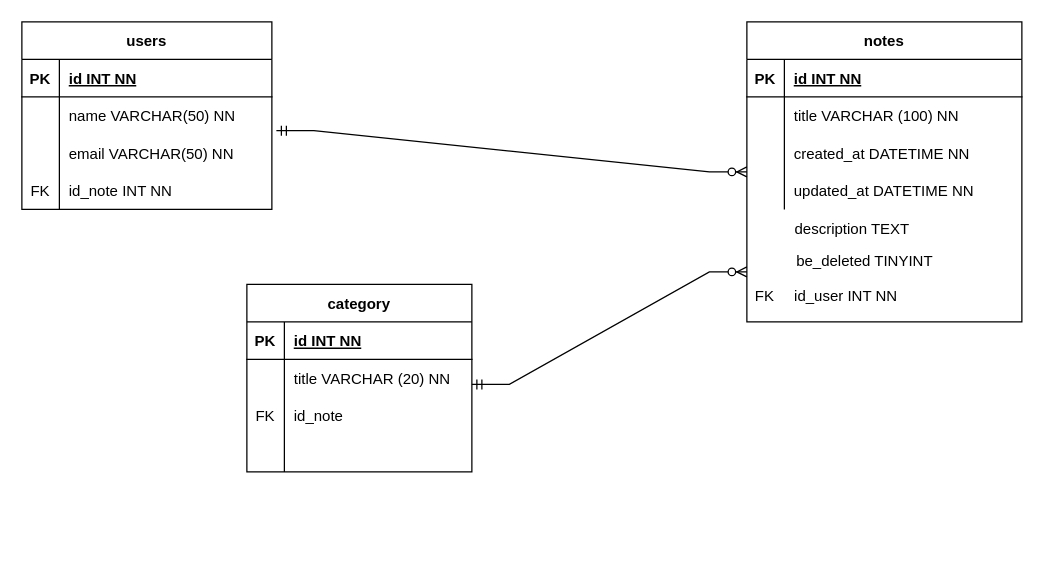
This is Diagrama/Untitled Diagram.drawio from ds13ojeda/EjercicioBD, a draw.io file, before an edit. Source tidied: cells renumbered, new cells numbered last; positions are measured from the earlier drawing's top-left corner, leaving out a move shared by most shapes. Both pictures are drawn from the tidied source at 125%, with x=0, y=0 at pixel (21, 21).
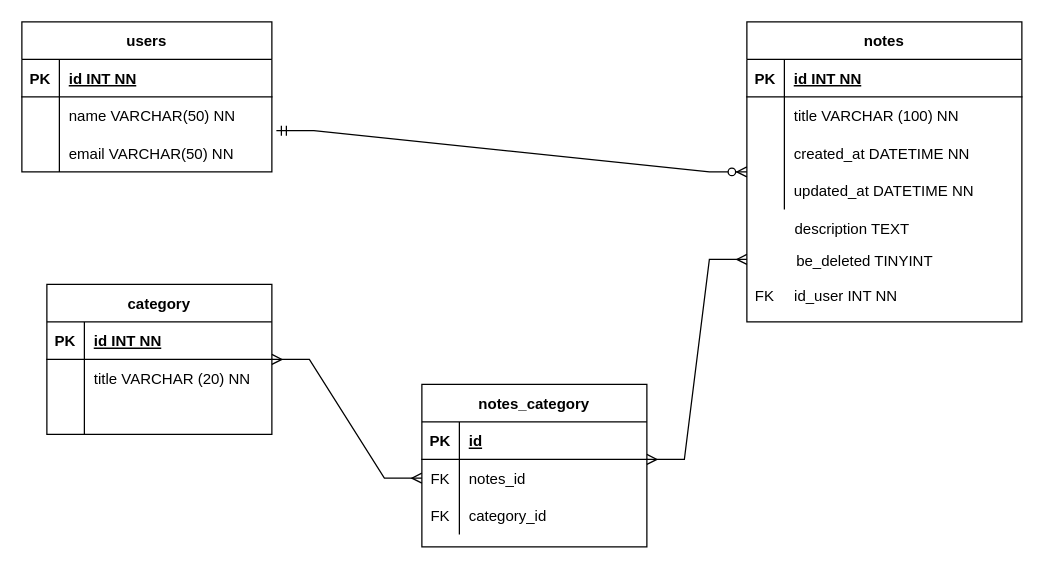
After the change.

Commit message:
Diagrama completo corregido

Diff of the diagram source:
```diff
@@
     <mxCell id="2" value="users" style="shape=table;startSize=30;childLayout=tableLayout;rowLines=0;fontStyle=1;align=center;" parent="1" vertex="1">
-      <mxGeometry width="200" height="150" as="geometry" />
+      <mxGeometry width="200" height="120" as="geometry" />
     </mxCell>
@@
-    <mxCell id="12" style="shape=partialRectangle;fillColor=none;top=0;left=0;bottom=0;right=0;" parent="2" vertex="1">
-      <mxGeometry y="120" width="200" height="30" as="geometry" />
-    </mxCell>
-    <mxCell id="13" value="FK" style="shape=partialRectangle;fillColor=none;top=0;left=0;bottom=0;right=0;overflow=hidden;" parent="12" vertex="1">
-      <mxGeometry width="30" height="30" as="geometry" />
-    </mxCell>
-    <mxCell id="14" value="id_note INT NN" style="shape=partialRectangle;fillColor=none;top=0;left=0;bottom=0;right=0;align=left;spacingLeft=6;overflow=hidden;" parent="12" vertex="1">
-      <mxGeometry x="30" width="170" height="30" as="geometry" />
-    </mxCell>
@@
     <mxCell id="33" value="category" style="shape=table;startSize=30;childLayout=tableLayout;rowLines=0;fontStyle=1;align=center;" parent="1" vertex="1">
-      <mxGeometry x="180" y="210" width="180" height="150" as="geometry" />
+      <mxGeometry x="20" y="210" width="180" height="120" as="geometry" />
     </mxCell>
@@
-    <mxCell id="40" style="shape=partialRectangle;fillColor=none;top=0;left=0;bottom=0;right=0;" parent="33" vertex="1">
-      <mxGeometry y="90" width="180" height="30" as="geometry" />
-    </mxCell>
-    <mxCell id="41" value="FK" style="shape=partialRectangle;fillColor=none;top=0;left=0;bottom=0;right=0;overflow=hidden;" parent="40" vertex="1">
-      <mxGeometry width="30" height="30" as="geometry" />
-    </mxCell>
-    <mxCell id="42" value="id_note" style="shape=partialRectangle;fillColor=none;top=0;left=0;bottom=0;right=0;align=left;spacingLeft=6;overflow=hidden;" parent="40" vertex="1">
-      <mxGeometry x="30" width="150" height="30" as="geometry" />
-    </mxCell>
     <mxCell id="43" style="shape=partialRectangle;fillColor=none;top=0;left=0;bottom=0;right=0;" parent="33" vertex="1">
-      <mxGeometry y="120" width="180" height="30" as="geometry" />
+      <mxGeometry y="90" width="180" height="30" as="geometry" />
     </mxCell>
@@
-    <mxCell id="46" style="edgeStyle=entityRelationEdgeStyle;fontSize=12;html=1;endArrow=ERzeroToMany;startArrow=ERmandOne;rounded=0;exitX=1.018;exitY=-0.1;exitDx=0;exitDy=0;exitPerimeter=0;" parent="1" edge="1">
-      <mxGeometry relative="1" as="geometry">
-        <mxPoint x="360" y="290" as="sourcePoint" />
-        <mxPoint x="580" y="200" as="targetPoint" />
-      </mxGeometry>
-    </mxCell>
+    <mxCell id="47" value="notes_category" style="shape=table;startSize=30;childLayout=tableLayout;rowLines=0;fontStyle=1;align=center;" parent="1" vertex="1">
+      <mxGeometry x="320" y="290" width="180" height="130" as="geometry" />
+    </mxCell>
+    <mxCell id="48" style="shape=partialRectangle;fillColor=none;top=0;left=0;bottom=1;right=0;" parent="47" vertex="1">
+      <mxGeometry y="30" width="180" height="30" as="geometry" />
+    </mxCell>
+    <mxCell id="49" value="PK" style="shape=partialRectangle;fillColor=none;top=0;left=0;bottom=0;right=0;fontStyle=1;overflow=hidden;" parent="48" vertex="1">
+      <mxGeometry width="30" height="30" as="geometry" />
+    </mxCell>
+    <mxCell id="50" value="id" style="shape=partialRectangle;fillColor=none;top=0;left=0;bottom=0;right=0;align=left;spacingLeft=6;fontStyle=5;overflow=hidden;" parent="48" vertex="1">
+      <mxGeometry x="30" width="150" height="30" as="geometry" />
+    </mxCell>
+    <mxCell id="51" style="shape=partialRectangle;fillColor=none;top=0;left=0;bottom=0;right=0;points=[[0,0.5],[1,0.5]];portConstraint=eastwest;" parent="47" vertex="1">
+      <mxGeometry y="60" width="180" height="30" as="geometry" />
+    </mxCell>
+    <mxCell id="52" value="FK" style="shape=partialRectangle;fillColor=none;top=0;left=0;bottom=0;right=0;overflow=hidden;" parent="51" vertex="1">
+      <mxGeometry width="30" height="30" as="geometry" />
+    </mxCell>
+    <mxCell id="53" value="notes_id" style="shape=partialRectangle;fillColor=none;top=0;left=0;bottom=0;right=0;align=left;spacingLeft=6;overflow=hidden;" parent="51" vertex="1">
+      <mxGeometry x="30" width="150" height="30" as="geometry" />
+    </mxCell>
+    <mxCell id="40" style="shape=partialRectangle;fillColor=none;top=0;left=0;bottom=0;right=0;" parent="47" vertex="1">
+      <mxGeometry y="90" width="180" height="30" as="geometry" />
+    </mxCell>
+    <mxCell id="54" value="FK" style="shape=partialRectangle;fillColor=none;top=0;left=0;bottom=0;right=0;overflow=hidden;" parent="40" vertex="1">
+      <mxGeometry width="30" height="30" as="geometry" />
+    </mxCell>
+    <mxCell id="55" value="category_id" style="shape=partialRectangle;fillColor=none;top=0;left=0;bottom=0;right=0;align=left;spacingLeft=6;overflow=hidden;" parent="40" vertex="1">
+      <mxGeometry x="30" width="150" height="30" as="geometry" />
+    </mxCell>
+    <mxCell id="56" style="edgeStyle=entityRelationEdgeStyle;fontSize=12;html=1;endArrow=ERmany;startArrow=ERmany;rounded=0;entryX=0;entryY=0.5;entryDx=0;entryDy=0;" parent="1" edge="1" target="51">
+      <mxGeometry relative="1" as="geometry">
+        <mxPoint x="200" y="270" as="sourcePoint" />
+      </mxGeometry>
+    </mxCell>
+    <mxCell id="57" style="edgeStyle=entityRelationEdgeStyle;fontSize=12;html=1;endArrow=ERmany;startArrow=ERmany;rounded=0;" parent="1" edge="1">
+      <mxGeometry relative="1" as="geometry">
+        <mxPoint x="500" y="350" as="sourcePoint" />
+        <mxPoint x="580" y="190" as="targetPoint" />
+      </mxGeometry>
+    </mxCell>
```
